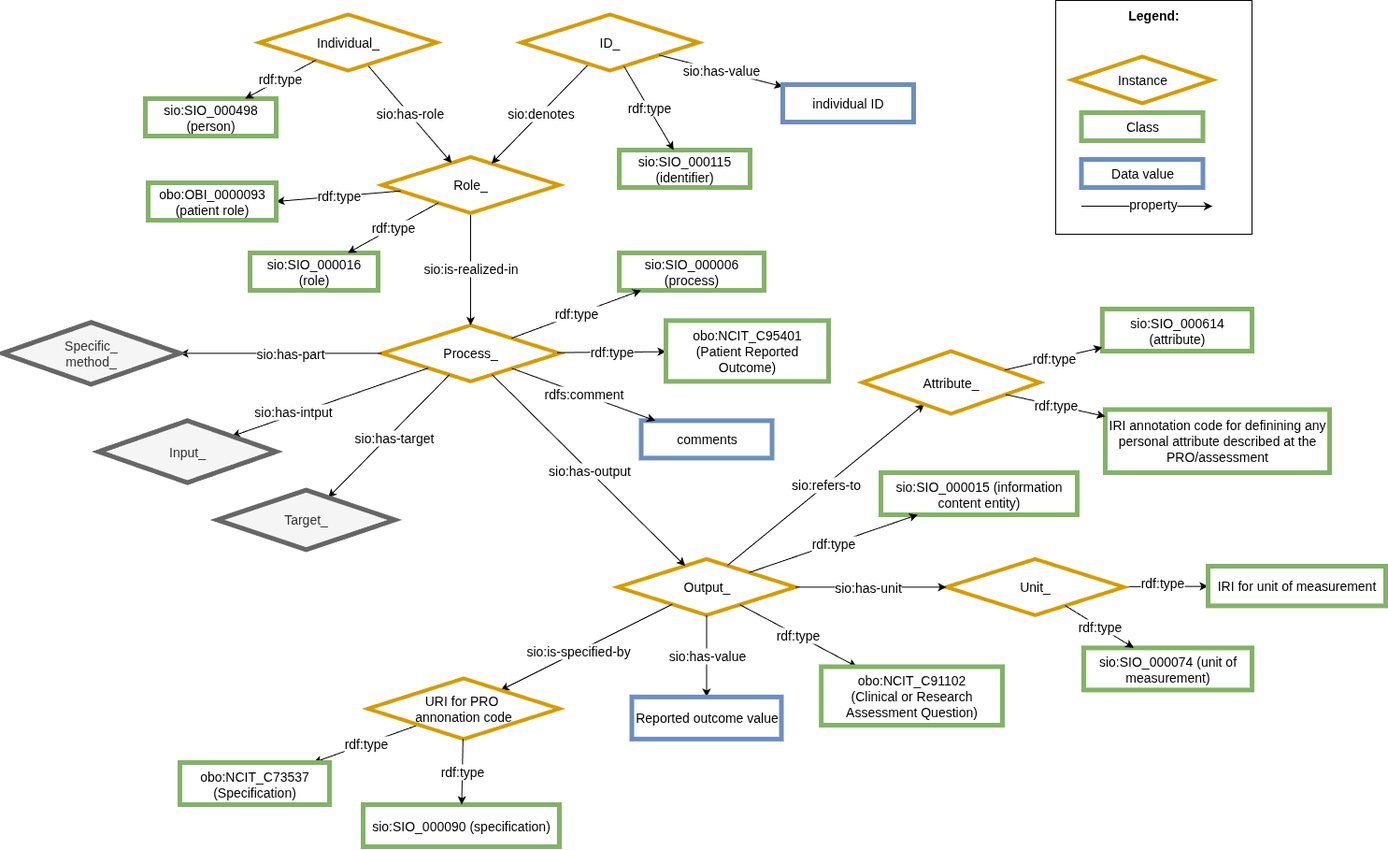
Before: images/CARE-SM-Questionnaire.drawio.png, a diagram exported from draw.io (CARE-SM/CARE-Semantic-Model). Source tidied: cells renumbered, new cells last; positions are measured from the earlier drawing's top-left corner, leaving out a move shared by most shapes.
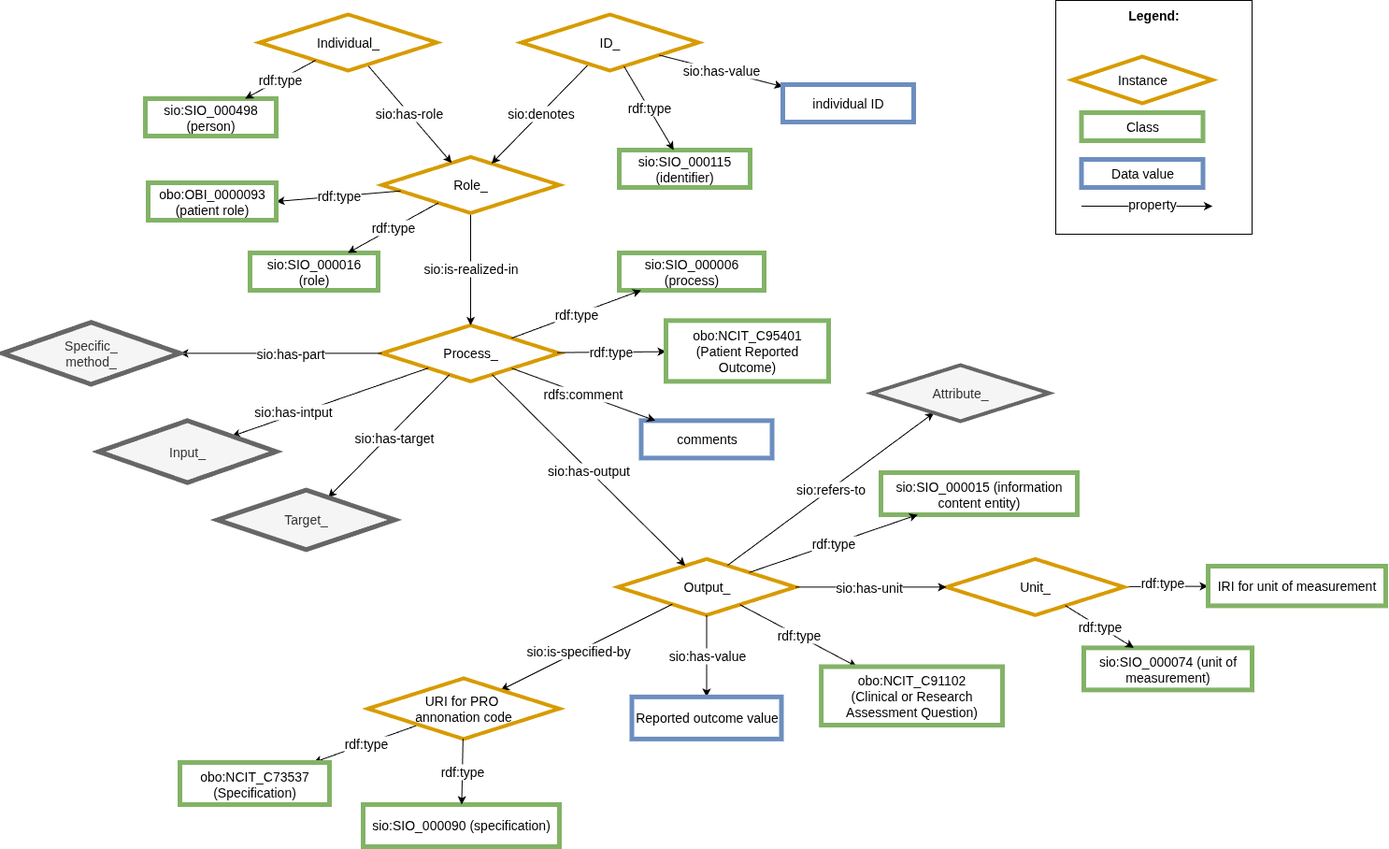
Above is the later version.

Commit message:
Questionnaire image correction

Diff of the diagram source:
```diff
@@ -150,21 +150,6 @@
         <mxPoint x="776" y="604" as="sourcePoint" />
       </mxGeometry>
     </mxCell>
-    <mxCell id="47" value="Attribute_" style="rhombus;whiteSpace=wrap;html=1;fillColor=#FFFFFF;strokeColor=#D79B00;perimeter=rhombusPerimeter;arcSize=20;comic=0;enumerate=0;strokeWidth=4;rounded=0;fontSize=14;" parent="1" vertex="1">
-      <mxGeometry x="920" y="375" width="190" height="67" as="geometry" />
-    </mxCell>
-    <mxCell id="48" value="&lt;font style=&quot;font-size: 14px;&quot;&gt;sio:SIO_000614 (attribute)&lt;/font&gt;" style="whiteSpace=wrap;html=1;fillColor=#FFFFFF;strokeColor=#82b366;strokeWidth=5;fontSize=14;" parent="1" vertex="1">
-      <mxGeometry x="1176.8" y="330" width="160.2" height="45" as="geometry" />
-    </mxCell>
-    <mxCell id="49" value="rdf:type" style="edgeStyle=none;rounded=0;jettySize=auto;html=1;fontSize=14;" parent="1" edge="1" source="47" target="48">
-      <mxGeometry relative="1" as="geometry" />
-    </mxCell>
-    <mxCell id="50" value="IRI annotation code for definining any personal attribute described at the PRO/assessment" style="whiteSpace=wrap;html=1;fillColor=#FFFFFF;strokeColor=#82b366;strokeWidth=5;fontSize=14;" parent="1" vertex="1">
-      <mxGeometry x="1180" y="437.5" width="240" height="67.5" as="geometry" />
-    </mxCell>
-    <mxCell id="51" value="rdf:type" style="edgeStyle=none;rounded=0;jettySize=auto;html=1;fontSize=14;" parent="1" edge="1" source="47" target="50">
-      <mxGeometry relative="1" as="geometry" />
-    </mxCell>
     <mxCell id="52" value="rdf:type" style="edgeStyle=none;rounded=0;jettySize=auto;html=1;fontSize=14;" parent="1" edge="1" source="54" target="53">
       <mxGeometry relative="1" as="geometry" />
     </mxCell>
@@ -214,5 +199,8 @@
     <mxCell id="66" value="obo:NCIT_C95401&lt;div&gt;(&lt;span style=&quot;background-color: transparent;&quot;&gt;Patient Reported Outcome&lt;/span&gt;)&lt;/div&gt;" style="whiteSpace=wrap;html=1;fillColor=#FFFFFF;strokeColor=#82b366;strokeWidth=5;fontSize=14;" parent="1" vertex="1">
       <mxGeometry x="710" y="342.4" width="174" height="65" as="geometry" />
     </mxCell>
+    <mxCell id="47" value="Attribute_" style="rhombus;whiteSpace=wrap;html=1;fillColor=#f5f5f5;strokeColor=#666666;perimeter=rhombusPerimeter;arcSize=20;comic=0;enumerate=0;strokeWidth=4;rounded=0;fontSize=14;fontColor=#333333;" parent="1" vertex="1">
+      <mxGeometry x="930" y="390" width="190" height="60" as="geometry" />
+    </mxCell>
   </root>
 </mxGraphModel>
```
